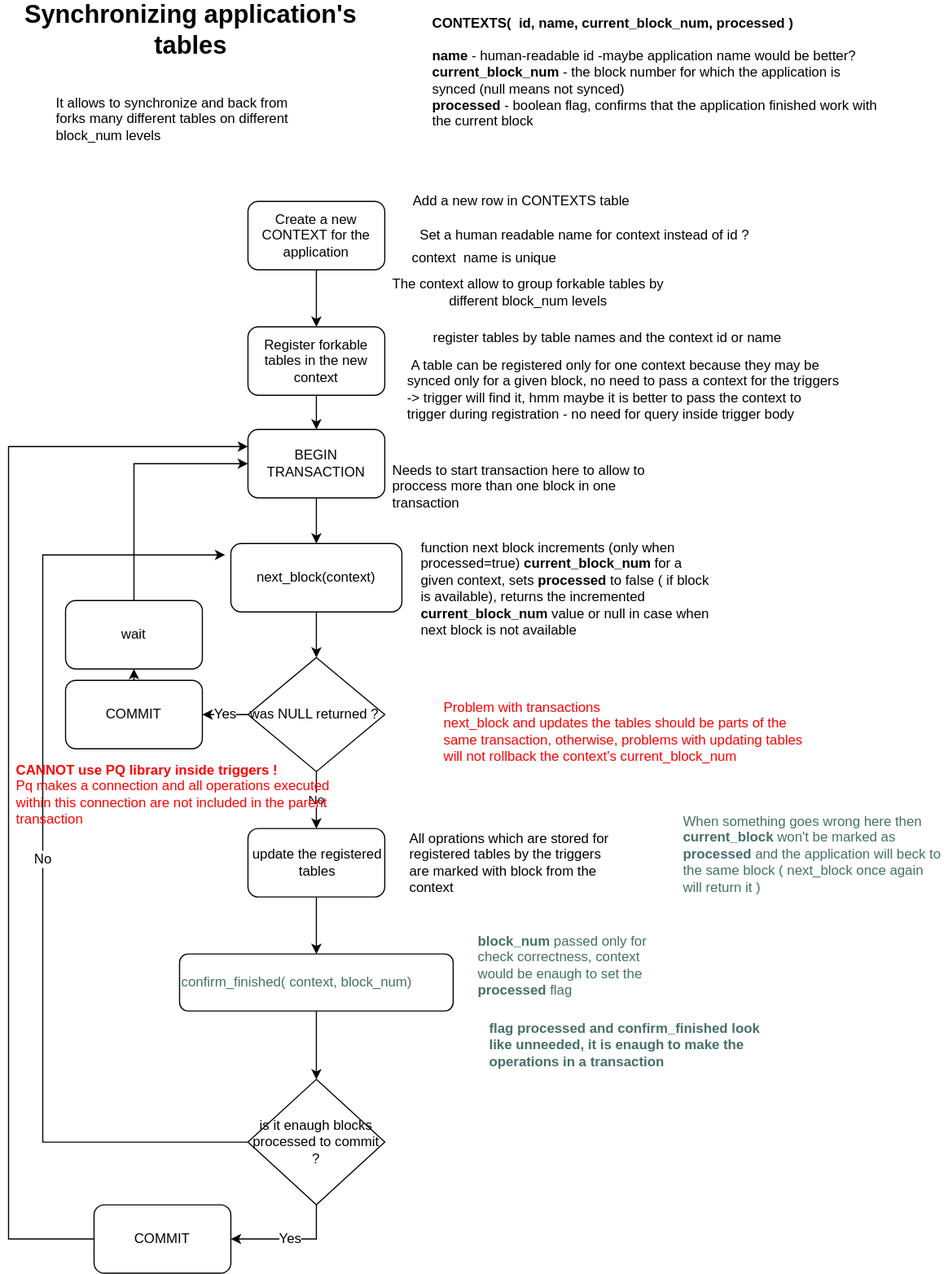
Earlier version of the draw.io export doc/sync_tables.svg (openhive-network/HAfAH). Source tidied: cells renumbered, new cells last; positions are measured from the earlier drawing's top-left corner, leaving out a move shared by most shapes.
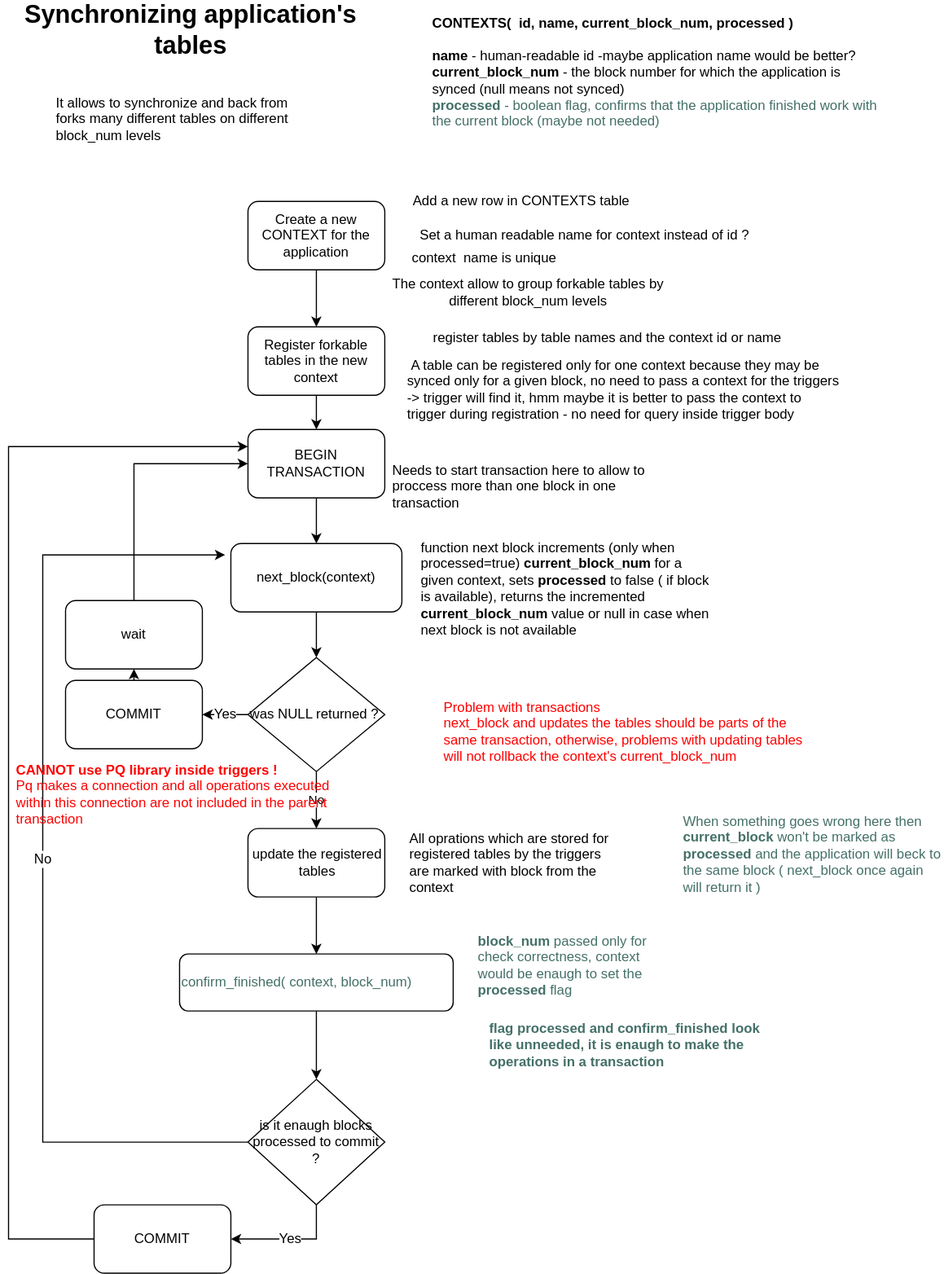
Later version of the same file.

What changed in the source:
```diff
@@ -8,7 +8,7 @@
     <mxCell id="3" value="Create a new CONTEXT for the application" style="rounded=1;whiteSpace=wrap;html=1;" parent="1" vertex="1">
       <mxGeometry x="210" y="170" width="120" height="60" as="geometry" />
     </mxCell>
-    <mxCell id="4" value="&lt;div&gt;&lt;b&gt;CONTEXTS(&amp;nbsp; id, name, current_block_num, processed )&lt;/b&gt;&lt;/div&gt;&lt;div&gt;&lt;br&gt;&lt;/div&gt;&lt;div&gt;&lt;b&gt;name&lt;/b&gt; - human-readable id -maybe application name would be better?&lt;/div&gt;&lt;div&gt;&lt;b&gt;current_block_num&lt;/b&gt; - the block number for which the application is synced (null means not synced)&lt;/div&gt;&lt;div&gt;&lt;b&gt;processed&lt;/b&gt; - boolean flag, confirms that the application finished work with the current block&lt;br&gt;&lt;/div&gt;&lt;div&gt;&lt;br&gt;&lt;/div&gt;" style="text;html=1;strokeColor=none;fillColor=none;align=left;verticalAlign=top;whiteSpace=wrap;rounded=0;" parent="1" vertex="1">
+    <mxCell id="4" value="&lt;div&gt;&lt;b&gt;CONTEXTS(&amp;nbsp; id, name, current_block_num, processed )&lt;/b&gt;&lt;/div&gt;&lt;div&gt;&lt;br&gt;&lt;/div&gt;&lt;div&gt;&lt;b&gt;name&lt;/b&gt; - human-readable id -maybe application name would be better?&lt;/div&gt;&lt;div&gt;&lt;b&gt;current_block_num&lt;/b&gt; - the block number for which the application is synced (null means not synced)&lt;/div&gt;&lt;div&gt;&lt;font color=&quot;#447068&quot;&gt;&lt;b&gt;processed&lt;/b&gt; - boolean flag, confirms that the application finished work with the current block (maybe not needed)&lt;/font&gt;&lt;br&gt;&lt;/div&gt;&lt;div&gt;&lt;br&gt;&lt;/div&gt;" style="text;html=1;strokeColor=none;fillColor=none;align=left;verticalAlign=top;whiteSpace=wrap;rounded=0;" parent="1" vertex="1">
       <mxGeometry x="370" width="400" height="160" as="geometry" />
     </mxCell>
     <mxCell id="5" style="edgeStyle=orthogonalEdgeStyle;rounded=0;jettySize=auto;html=1;exitX=0.5;exitY=1;exitDx=0;exitDy=0;fontSize=12;fontColor=#FF0000;" parent="1" edge="1" source="6" target="32">
```
